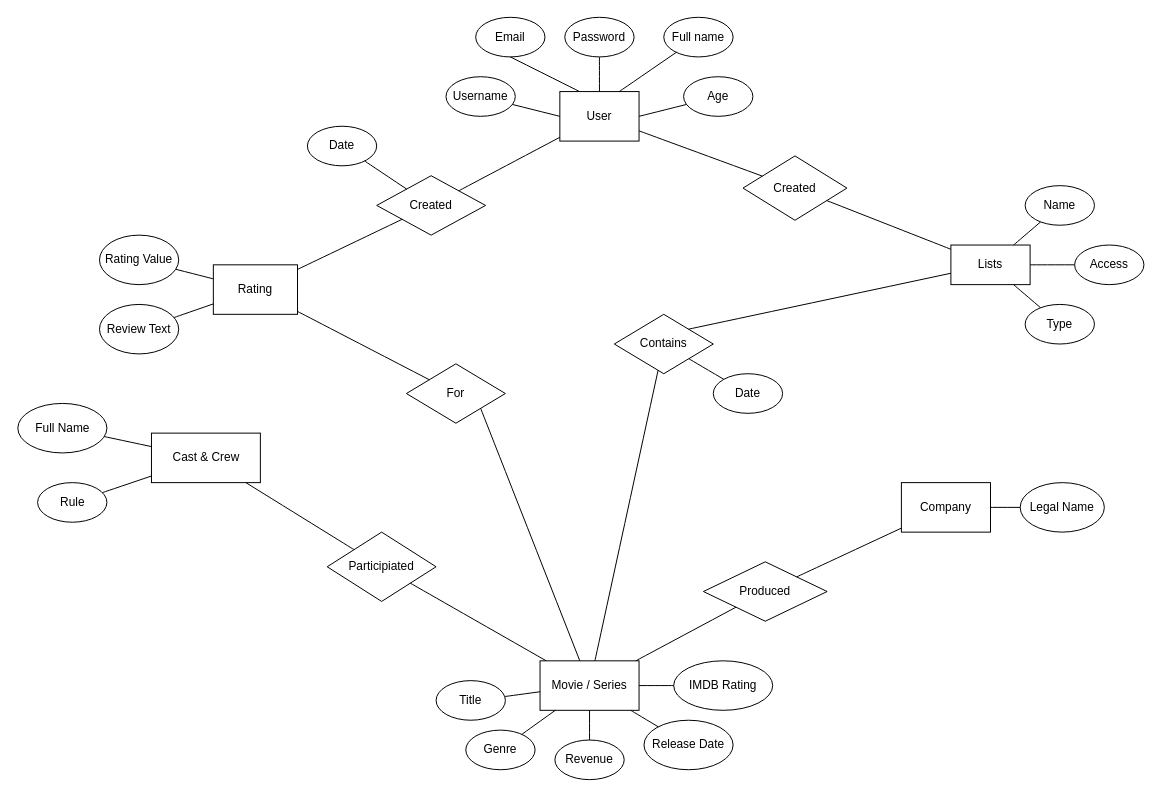
Above: ER_diagram.drawio in Pedram2004/movie-review-database (draw.io), before the change. Source tidied: cells renumbered, new cells numbered last; positions are measured from the earlier drawing's top-left corner, leaving out a move shared by most shapes. Both pictures are drawn from the tidied source at 99%, with x=0, y=0 at pixel (18, 17).
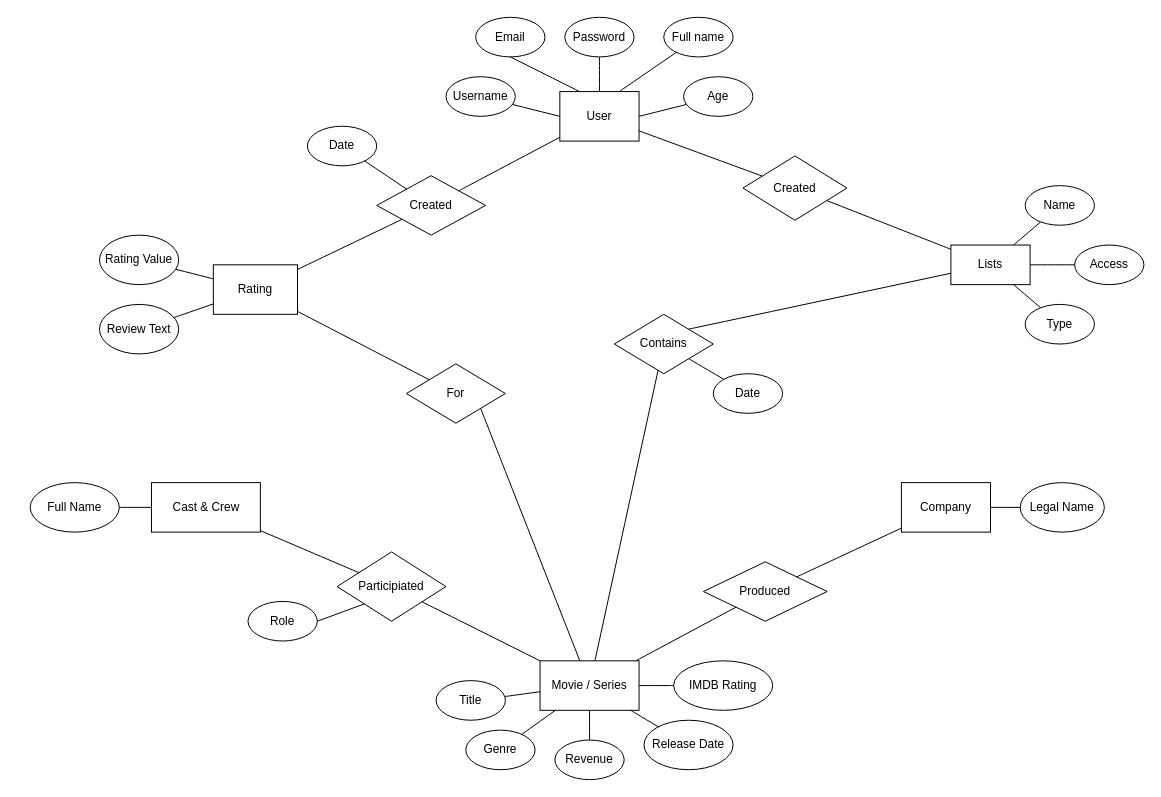
Above is the later version.

Commit message (it also covers changes not shown here):
Role attribute assigned to Participated relationship

Change to the diagram source:
```diff
@@
     <mxCell id="52" value="Cast &amp;amp; Crew" style="rounded=0;whiteSpace=wrap;html=1;" parent="1" vertex="1">
-      <mxGeometry x="134.5" y="420" width="110" height="50" as="geometry" />
+      <mxGeometry x="134.5" y="470" width="110" height="50" as="geometry" />
     </mxCell>
     <mxCell id="53" value="Full Name" style="ellipse;whiteSpace=wrap;html=1;" parent="1" vertex="1">
-      <mxGeometry x="-0.5" y="390" width="90" height="50" as="geometry" />
+      <mxGeometry x="12" y="470" width="90" height="50" as="geometry" />
     </mxCell>
-    <mxCell id="54" value="Rule" style="ellipse;whiteSpace=wrap;html=1;" parent="1" vertex="1">
-      <mxGeometry x="19.5" y="470" width="70" height="40" as="geometry" />
-    </mxCell>
@@
-    <mxCell id="56" style="endArrow=none;html=1;rounded=0;fontSize=12;startSize=8;endSize=8;curved=1;" parent="1" edge="1" source="54" target="52">
-      <mxGeometry relative="1" as="geometry" />
-    </mxCell>
     <mxCell id="57" value="Participiated" style="rhombus;whiteSpace=wrap;html=1;" parent="1" vertex="1">
-      <mxGeometry x="312" y="520" width="110" height="70" as="geometry" />
+      <mxGeometry x="322" y="540" width="110" height="70" as="geometry" />
     </mxCell>
@@
+    <mxCell id="68" value="Role" style="ellipse;whiteSpace=wrap;html=1;" parent="1" vertex="1">
+      <mxGeometry x="232" y="590" width="70" height="40" as="geometry" />
+    </mxCell>
+    <mxCell id="69" style="endArrow=none;html=1;rounded=0;entryX=0;entryY=1;entryDx=0;entryDy=0;exitX=1;exitY=0.5;exitDx=0;exitDy=0;" parent="1" edge="1" source="68" target="57">
+      <mxGeometry relative="1" as="geometry" />
+    </mxCell>
```
